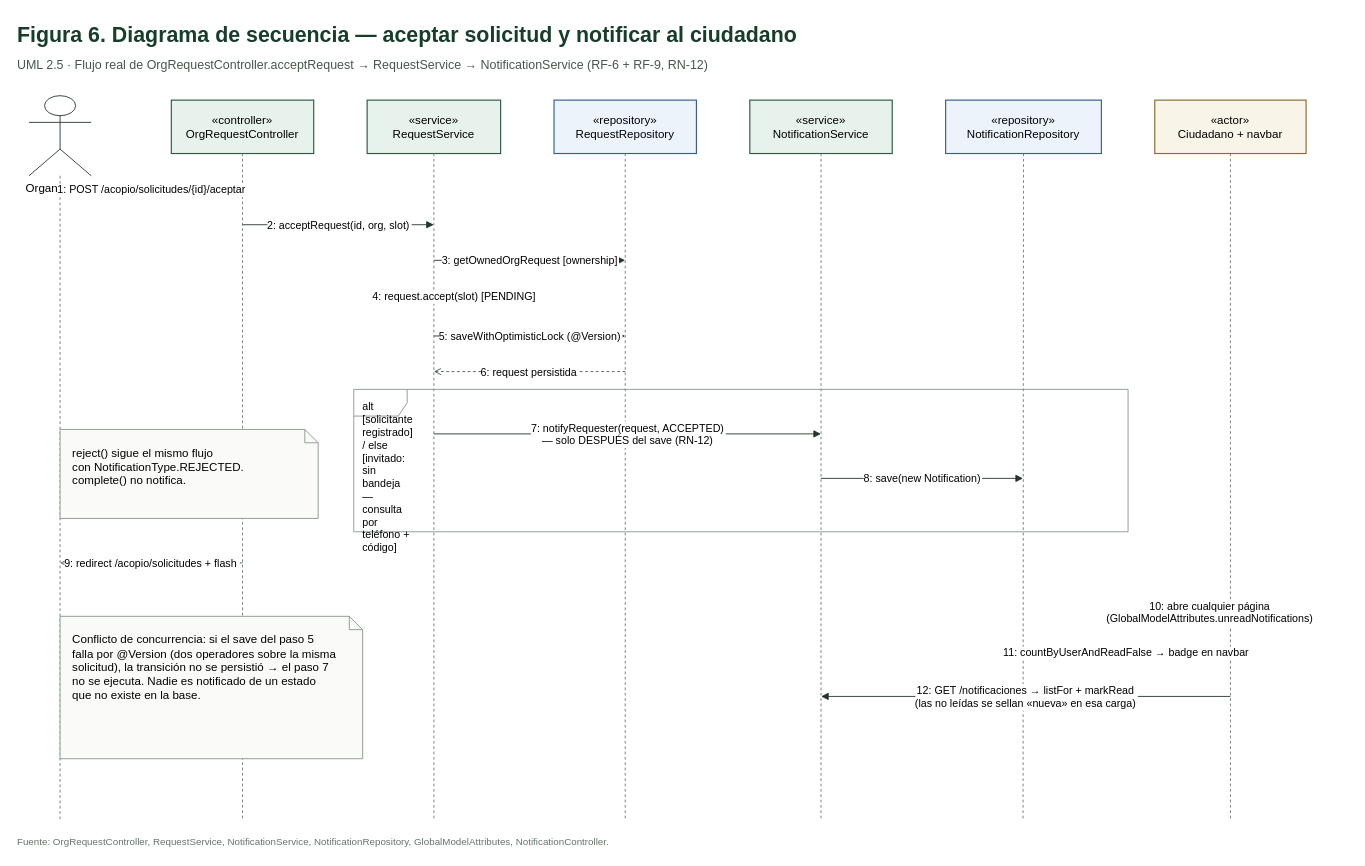
The draw.io diagram docs/diagrams/figura6-notificaciones.drawio in fedegonc/residuosolido, before the edit. Source tidied: cells renumbered, new cells numbered last; positions are measured from the earlier drawing's top-left corner, leaving out a move shared by most shapes. Both pictures are drawn from the tidied source at 89%, with x=0, y=0 at pixel (15, 15).
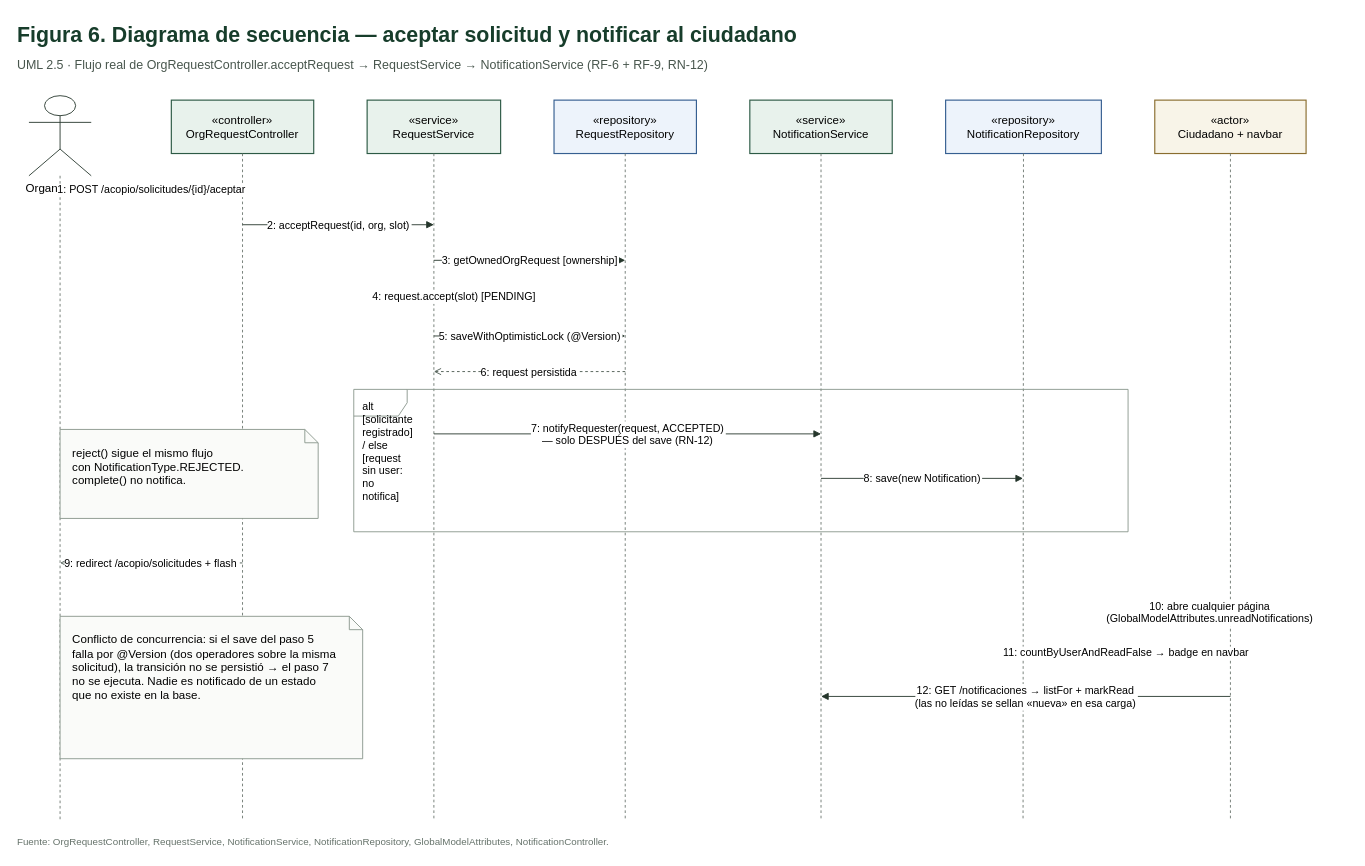
After the change.

Change to the diagram source:
```diff
@@
-    <mxCell id="24" value="alt [solicitante registrado] / else [invitado: sin bandeja — consulta por teléfono + código]" style="shape=umlFrame;whiteSpace=wrap;html=0;fontFamily=Helvetica;fontSize=12;align=left;verticalAlign=top;spacingTop=6;spacingLeft=8;fillColor=none;strokeColor=#87948a;" parent="1" vertex="1">
+    <mxCell id="24" value="alt [solicitante registrado] / else [request sin user: no notifica]" style="shape=umlFrame;whiteSpace=wrap;html=0;fontFamily=Helvetica;fontSize=12;align=left;verticalAlign=top;spacingTop=6;spacingLeft=8;fillColor=none;strokeColor=#87948a;" parent="1" vertex="1">
       <mxGeometry x="380" y="420" width="870" height="160" as="geometry" />
     </mxCell>
```
